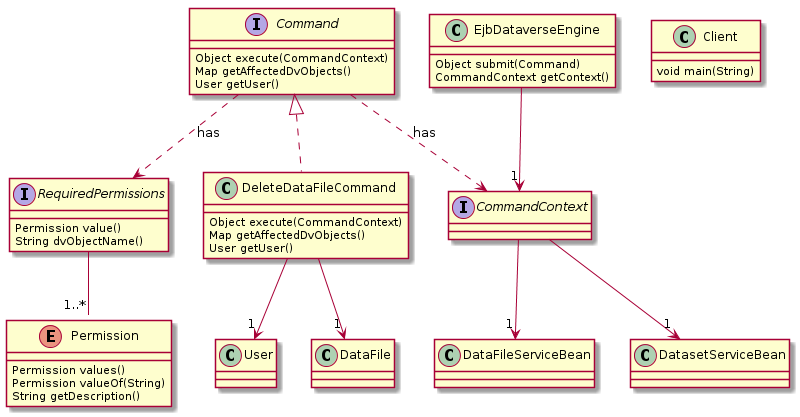
Above: images/dataverse-classes.png in IQSS/javaone2014-bof5619 (PlantUML), before the change.
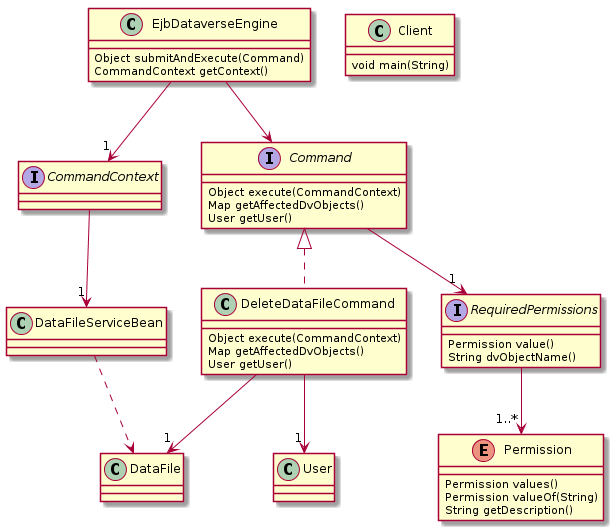
After the change.

Commit message:
put EjbDataverseEngine on top, cleanup

The edit, as a diff of the source:
```diff
@@ -2,7 +2,6 @@
 
 
 interface CommandContext
-class DatasetServiceBean
 enum Permission
 class DataFile
 interface RequiredPermissions
@@ -13,15 +12,17 @@
 class DataFileServiceBean
 class User
 
-CommandContext  --> "1" DatasetServiceBean
 CommandContext  --> "1" DataFileServiceBean
-RequiredPermissions  -- "1..*" Permission
-Command  ..>  RequiredPermissions:has
-Command  ..>  CommandContext:has
+RequiredPermissions  --> "1..*" Permission
+Command  --> "1" RequiredPermissions
+EjbDataverseEngine  -->  Command
+DataFileServiceBean  ..>  DataFile
 
-Command : Object execute(CommandContext)
-Command : Map getAffectedDvObjects()
-Command : User getUser()
+Client : void main(String)
+
+EjbDataverseEngine --> "1" CommandContext
+EjbDataverseEngine : Object submitAndExecute(Command)
+EjbDataverseEngine : CommandContext getContext()
 
 RequiredPermissions : Permission value()
 RequiredPermissions : String dvObjectName()
@@ -32,15 +33,6 @@
 
 
 
-
-Client : void main(String)
-
-
-EjbDataverseEngine --> "1" CommandContext
-EjbDataverseEngine : Object submit(Command)
-EjbDataverseEngine : CommandContext getContext()
-
-
 Command <|.. DeleteDataFileCommand
 DeleteDataFileCommand --> "1" User
 DeleteDataFileCommand --> "1" DataFile
@@ -48,4 +40,10 @@
 DeleteDataFileCommand : Map getAffectedDvObjects()
 DeleteDataFileCommand : User getUser()
 
+
+Command : Object execute(CommandContext)
+Command : Map getAffectedDvObjects()
+Command : User getUser()
+
+
 @enduml
```
